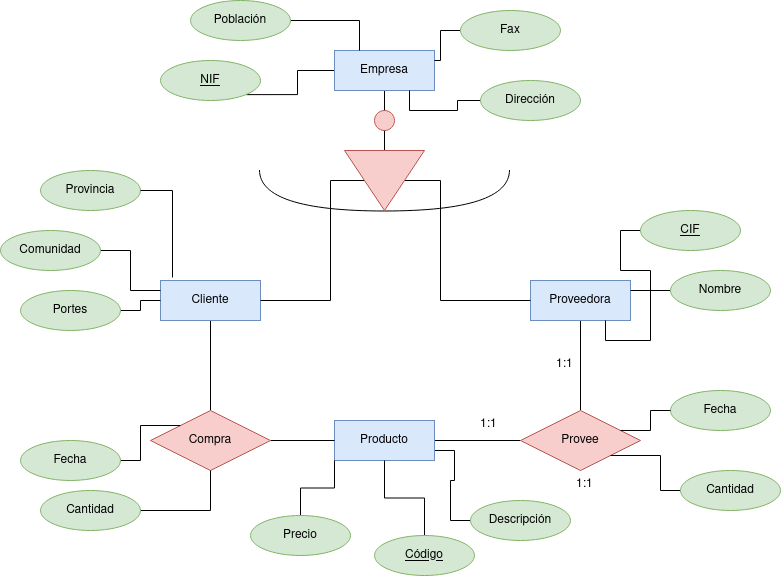
GgbGabrielGarcia/Base-Datos keeps this draw.io diagram as Unidad-1/Tareas/Tarea evaluable 3/Diagrama sin título.drawio.png. Above is the earlier version. Source tidied: cells renumbered, new cells last; positions are measured from the earlier drawing's top-left corner, leaving out a move shared by most shapes.
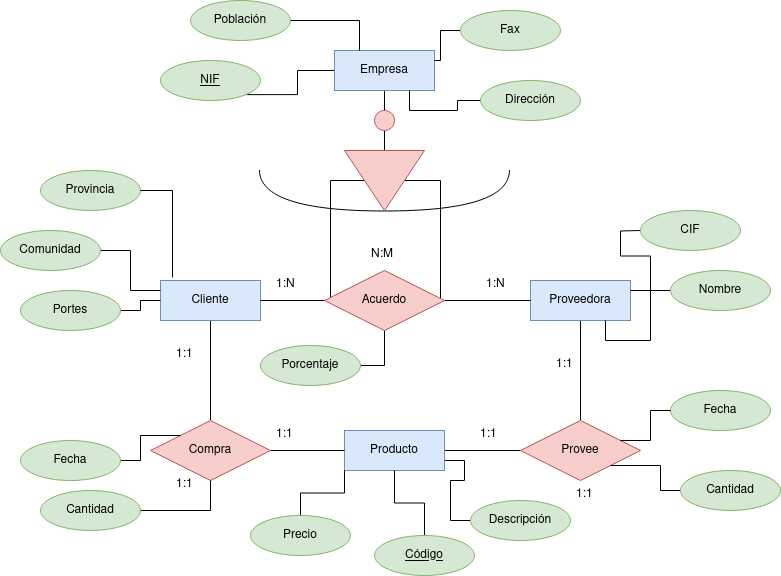
After the commit.

Diff of the diagram source:
```diff
@@ -74,10 +74,10 @@
       <mxGeometry relative="1" as="geometry" />
     </mxCell>
     <mxCell id="25" value="Provee" style="shape=rhombus;perimeter=rhombusPerimeter;whiteSpace=wrap;html=1;align=center;fillColor=#f8cecc;strokeColor=#b85450;" parent="1" vertex="1">
-      <mxGeometry x="520" y="410" width="120" height="60" as="geometry" />
+      <mxGeometry x="520" y="420" width="120" height="60" as="geometry" />
     </mxCell>
     <mxCell id="26" value="Producto" style="whiteSpace=wrap;html=1;align=center;fillColor=#dae8fc;strokeColor=#6c8ebf;" parent="1" vertex="1">
-      <mxGeometry x="334" y="420" width="100" height="40" as="geometry" />
+      <mxGeometry x="344" y="430" width="100" height="40" as="geometry" />
     </mxCell>
     <mxCell id="27" style="edgeStyle=orthogonalEdgeStyle;rounded=0;jettySize=auto;html=1;entryX=0.12;entryY=-0.075;entryDx=0;entryDy=0;entryPerimeter=0;endArrow=none;endFill=0;" parent="1" edge="1" source="18" target="9">
       <mxGeometry relative="1" as="geometry" />
@@ -86,7 +86,7 @@
       <mxGeometry relative="1" as="geometry" />
     </mxCell>
     <mxCell id="29" value="Compra" style="shape=rhombus;perimeter=rhombusPerimeter;whiteSpace=wrap;html=1;align=center;fillColor=#f8cecc;strokeColor=#b85450;" parent="1" vertex="1">
-      <mxGeometry x="150" y="410" width="120" height="60" as="geometry" />
+      <mxGeometry x="150" y="420" width="120" height="60" as="geometry" />
     </mxCell>
     <mxCell id="30" value="NIF" style="ellipse;whiteSpace=wrap;html=1;align=center;fontStyle=4;fillColor=#d5e8d4;strokeColor=#82b366;" parent="1" vertex="1">
       <mxGeometry x="160" y="60" width="100" height="40" as="geometry" />
@@ -103,12 +103,11 @@
     <mxCell id="34" value="Precio" style="ellipse;whiteSpace=wrap;html=1;align=center;fillColor=#d5e8d4;strokeColor=#82b366;" parent="1" vertex="1">
       <mxGeometry x="250" y="515" width="100" height="40" as="geometry" />
     </mxCell>
-    <mxCell id="35" style="edgeStyle=orthogonalEdgeStyle;rounded=0;jettySize=auto;html=1;entryX=1;entryY=0.25;entryDx=0;entryDy=0;endArrow=none;endFill=0;" parent="1" edge="1" source="36" target="7">
-      <mxGeometry relative="1" as="geometry" />
+    <mxCell id="35" style="edgeStyle=orthogonalEdgeStyle;rounded=0;jettySize=auto;html=1;entryX=1;entryY=0.25;entryDx=0;entryDy=0;endArrow=none;endFill=0;" parent="1" edge="1" target="7">
+      <mxGeometry relative="1" as="geometry">
+        <mxPoint x="640" y="230" as="sourcePoint" />
+      </mxGeometry>
     </mxCell>
-    <mxCell id="36" value="CIF" style="ellipse;whiteSpace=wrap;html=1;align=center;fontStyle=4;fillColor=#d5e8d4;strokeColor=#82b366;" parent="1" vertex="1">
-      <mxGeometry x="640" y="210" width="100" height="40" as="geometry" />
-    </mxCell>
     <mxCell id="37" style="edgeStyle=orthogonalEdgeStyle;rounded=0;jettySize=auto;html=1;entryX=0.75;entryY=1;entryDx=0;entryDy=0;endArrow=none;endFill=0;" parent="1" edge="1" source="38" target="7">
       <mxGeometry relative="1" as="geometry" />
     </mxCell>
@@ -165,10 +164,40 @@
       <mxGeometry x="550" y="350" width="40" height="30" as="geometry" />
     </mxCell>
     <mxCell id="52" value="1:1" style="text;strokeColor=none;fillColor=none;spacingLeft=4;spacingRight=4;overflow=hidden;fontSize=12;whiteSpace=wrap;html=1;" parent="1" vertex="1">
-      <mxGeometry x="474" y="410" width="40" height="30" as="geometry" />
+      <mxGeometry x="474" y="420" width="40" height="30" as="geometry" />
     </mxCell>
     <mxCell id="53" value="1:1" style="text;strokeColor=none;fillColor=none;spacingLeft=4;spacingRight=4;overflow=hidden;fontSize=12;whiteSpace=wrap;html=1;" parent="1" vertex="1">
-      <mxGeometry x="570" y="470" width="40" height="30" as="geometry" />
+      <mxGeometry x="570" y="480" width="40" height="30" as="geometry" />
     </mxCell>
+    <mxCell id="54" style="edgeStyle=orthogonalEdgeStyle;rounded=0;jettySize=auto;html=1;entryX=1;entryY=0.5;entryDx=0;entryDy=0;endArrow=none;endFill=0;" parent="1" edge="1" source="55" target="56">
+      <mxGeometry relative="1" as="geometry" />
+    </mxCell>
+    <mxCell id="55" value="Acuerdo" style="shape=rhombus;perimeter=rhombusPerimeter;whiteSpace=wrap;html=1;align=center;fillColor=#f8cecc;strokeColor=#b85450;" parent="1" vertex="1">
+      <mxGeometry x="324" y="270" width="120" height="60" as="geometry" />
+    </mxCell>
+    <mxCell id="56" value="Porcentaje" style="ellipse;whiteSpace=wrap;html=1;align=center;fillColor=#d5e8d4;strokeColor=#82b366;" parent="1" vertex="1">
+      <mxGeometry x="260" y="345" width="100" height="40" as="geometry" />
+    </mxCell>
+    <mxCell id="57" value="1:1" style="text;strokeColor=none;fillColor=none;spacingLeft=4;spacingRight=4;overflow=hidden;fontSize=12;whiteSpace=wrap;html=1;" parent="1" vertex="1">
+      <mxGeometry x="270" y="420" width="40" height="30" as="geometry" />
+    </mxCell>
+    <mxCell id="58" value="1:1" style="text;strokeColor=none;fillColor=none;spacingLeft=4;spacingRight=4;overflow=hidden;fontSize=12;whiteSpace=wrap;html=1;" parent="1" vertex="1">
+      <mxGeometry x="170" y="340" width="40" height="30" as="geometry" />
+    </mxCell>
+    <mxCell id="59" value="1:1" style="text;strokeColor=none;fillColor=none;spacingLeft=4;spacingRight=4;overflow=hidden;fontSize=12;whiteSpace=wrap;html=1;" parent="1" vertex="1">
+      <mxGeometry x="170" y="470" width="40" height="20" as="geometry" />
+    </mxCell>
+    <mxCell id="60" value="1:N" style="text;strokeColor=none;fillColor=none;spacingLeft=4;spacingRight=4;overflow=hidden;fontSize=12;whiteSpace=wrap;html=1;" parent="1" vertex="1">
+      <mxGeometry x="270" y="270" width="40" height="30" as="geometry" />
+    </mxCell>
+    <mxCell id="61" value="1:N" style="text;strokeColor=none;fillColor=none;spacingLeft=4;spacingRight=4;overflow=hidden;fontSize=12;whiteSpace=wrap;html=1;" parent="1" vertex="1">
+      <mxGeometry x="480" y="270" width="40" height="30" as="geometry" />
+    </mxCell>
+    <mxCell id="62" value="N:M" style="text;strokeColor=none;fillColor=none;spacingLeft=4;spacingRight=4;overflow=hidden;fontSize=12;whiteSpace=wrap;html=1;" parent="1" vertex="1">
+      <mxGeometry x="364.5" y="240" width="40" height="30" as="geometry" />
+    </mxCell>
+    <mxCell id="36" value="CIF" style="ellipse;whiteSpace=wrap;html=1;align=center;fillColor=#d5e8d4;strokeColor=#82b366;" parent="1" vertex="1">
+      <mxGeometry x="640" y="210" width="100" height="40" as="geometry" />
+    </mxCell>
   </root>
 </mxGraphModel>
```
